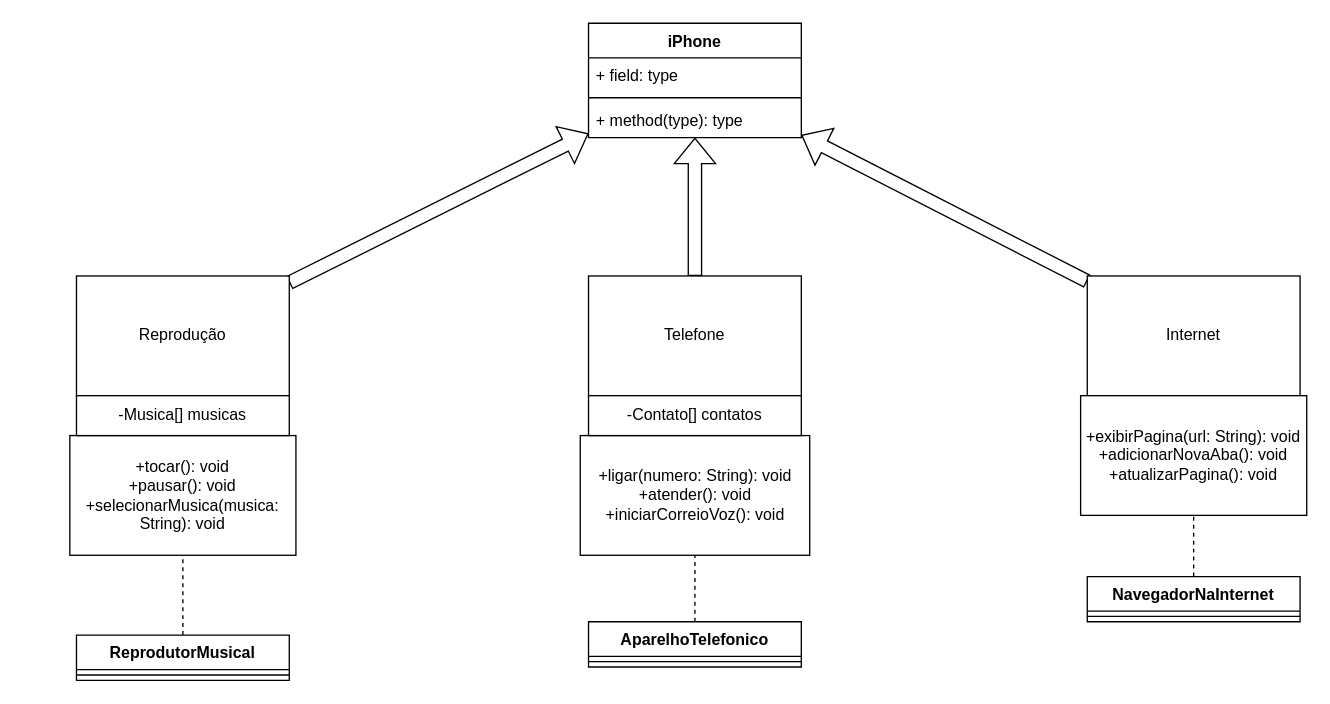
Before: Untitled Diagram.drawio in matheeusshn/dio-iphone, a draw.io diagram. Source tidied: cells renumbered, new cells numbered last; positions are measured from the earlier drawing's top-left corner, leaving out a move shared by most shapes. Both pictures are drawn from the tidied source at 133%, with x=0, y=0 at pixel (69, 23).
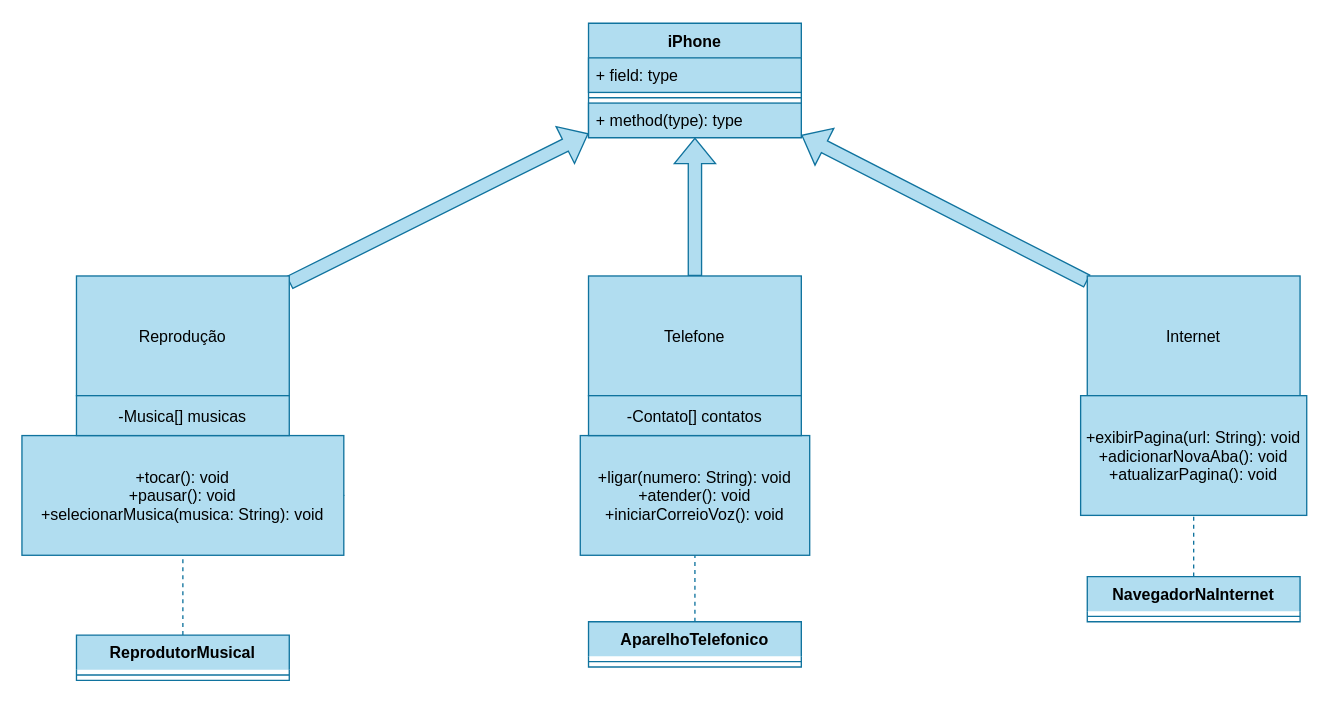
The same page after the edit.

The edit, as a diff of the source:
```diff
@@
-<mxGraphModel>
+<mxGraphModel background="#FFFFFF">
@@
-    <mxCell id="2" value="iPhone" style="swimlane;fontStyle=1;align=center;verticalAlign=top;horizontal=1;startSize=26;whiteSpace=wrap;html=1;" parent="1" vertex="1">
+    <mxCell id="2" value="iPhone" style="swimlane;fontStyle=1;align=center;verticalAlign=top;horizontal=1;startSize=26;swimlaneLine=0;shadow=0;labelBackgroundColor=none;labelBorderColor=none;textShadow=0;fillColor=#b1ddf0;strokeColor=#10739e;" parent="1" vertex="1">
       <mxGeometry x="390" width="160" height="86" as="geometry" />
     </mxCell>
-    <mxCell id="3" value="+ field: type" style="text;strokeColor=none;fillColor=none;align=left;verticalAlign=top;spacingLeft=4;spacingRight=4;overflow=hidden;whiteSpace=wrap;html=1;" parent="2" vertex="1">
+    <mxCell id="3" value="+ field: type" style="text;align=left;verticalAlign=top;spacingLeft=4;spacingRight=4;overflow=hidden;swimlaneLine=0;shadow=0;labelBackgroundColor=none;labelBorderColor=none;textShadow=0;fillColor=#b1ddf0;strokeColor=#10739e;" parent="2" vertex="1">
       <mxGeometry y="26" width="160" height="26" as="geometry" />
     </mxCell>
-    <mxCell id="4" style="line;strokeWidth=1;fillColor=none;align=left;verticalAlign=middle;spacingTop=-1;spacingLeft=3;spacingRight=3;labelPosition=right;strokeColor=inherit;" parent="2" vertex="1">
+    <mxCell id="4" style="line;strokeWidth=1;align=left;verticalAlign=middle;spacingTop=-1;spacingLeft=3;spacingRight=3;labelPosition=right;swimlaneLine=0;shadow=0;labelBackgroundColor=none;labelBorderColor=none;textShadow=0;fillColor=#b1ddf0;strokeColor=#10739e;" parent="2" vertex="1">
       <mxGeometry y="52" width="160" height="8" as="geometry" />
     </mxCell>
-    <mxCell id="5" value="+ method(type): type" style="text;strokeColor=none;fillColor=none;align=left;verticalAlign=top;spacingLeft=4;spacingRight=4;overflow=hidden;whiteSpace=wrap;html=1;" parent="2" vertex="1">
+    <mxCell id="5" value="+ method(type): type" style="text;align=left;verticalAlign=top;spacingLeft=4;spacingRight=4;overflow=hidden;swimlaneLine=0;shadow=0;labelBackgroundColor=none;labelBorderColor=none;textShadow=0;fillColor=#b1ddf0;strokeColor=#10739e;" parent="2" vertex="1">
       <mxGeometry y="60" width="160" height="26" as="geometry" />
     </mxCell>
-    <mxCell id="6" style="shape=flexArrow;endArrow=classic;html=1;rounded=0;" parent="1" edge="1" source="22" target="2">
+    <mxCell id="6" style="shape=flexArrow;endArrow=classic;rounded=0;fontColor=#FFFFFF;swimlaneLine=0;shadow=0;labelBackgroundColor=none;labelBorderColor=none;textShadow=0;fillColor=#b1ddf0;strokeColor=#10739e;" parent="1" edge="1" source="22" target="2">
       <mxGeometry relative="1" as="geometry" />
     </mxCell>
-    <mxCell id="7" style="shape=flexArrow;endArrow=classic;html=1;rounded=0;" parent="1" edge="1" source="17" target="2">
-      <mxGeometry relative="1" as="geometry" />
-    </mxCell>
-    <mxCell id="8" style="shape=flexArrow;endArrow=classic;html=1;rounded=0;" parent="1" edge="1" source="27" target="2">
+    <mxCell id="8" style="shape=flexArrow;endArrow=classic;rounded=0;fontColor=#FFFFFF;swimlaneLine=0;shadow=0;labelBackgroundColor=none;labelBorderColor=none;textShadow=0;fillColor=#b1ddf0;strokeColor=#10739e;" parent="1" edge="1" source="27" target="2">
       <mxGeometry relative="1" as="geometry" />
     </mxCell>
-    <mxCell id="9" value="ReprodutorMusical" style="swimlane;fontStyle=1;align=center;verticalAlign=top;horizontal=1;startSize=26;whiteSpace=wrap;html=1;" parent="1" vertex="1">
+    <mxCell id="9" value="ReprodutorMusical" style="swimlane;fontStyle=1;align=center;verticalAlign=top;horizontal=1;startSize=26;swimlaneLine=0;shadow=0;labelBackgroundColor=none;labelBorderColor=none;textShadow=0;fillColor=#b1ddf0;strokeColor=#10739e;" parent="1" vertex="1">
       <mxGeometry x="5" y="460" width="160" height="34" as="geometry" />
     </mxCell>
-    <mxCell id="10" style="line;strokeWidth=1;fillColor=none;align=left;verticalAlign=middle;spacingTop=-1;spacingLeft=3;spacingRight=3;labelPosition=right;strokeColor=inherit;" parent="9" vertex="1">
+    <mxCell id="10" style="line;strokeWidth=1;align=left;verticalAlign=middle;spacingTop=-1;spacingLeft=3;spacingRight=3;labelPosition=right;swimlaneLine=0;shadow=0;labelBackgroundColor=none;labelBorderColor=none;textShadow=0;fillColor=#b1ddf0;strokeColor=#10739e;" parent="9" vertex="1">
       <mxGeometry y="26" width="160" height="8" as="geometry" />
     </mxCell>
-    <mxCell id="11" value="AparelhoTelefonico" style="swimlane;fontStyle=1;align=center;verticalAlign=top;horizontal=1;startSize=26;whiteSpace=wrap;html=1;" parent="1" vertex="1">
+    <mxCell id="11" value="AparelhoTelefonico" style="swimlane;fontStyle=1;align=center;verticalAlign=top;horizontal=1;startSize=26;swimlaneLine=0;shadow=0;labelBackgroundColor=none;labelBorderColor=none;textShadow=0;fillColor=#b1ddf0;strokeColor=#10739e;" parent="1" vertex="1">
       <mxGeometry x="390" y="450" width="160" height="34" as="geometry" />
     </mxCell>
-    <mxCell id="12" style="line;strokeWidth=1;fillColor=none;align=left;verticalAlign=middle;spacingTop=-1;spacingLeft=3;spacingRight=3;labelPosition=right;strokeColor=inherit;" parent="11" vertex="1">
+    <mxCell id="12" style="line;strokeWidth=1;align=left;verticalAlign=middle;spacingTop=-1;spacingLeft=3;spacingRight=3;labelPosition=right;swimlaneLine=0;shadow=0;labelBackgroundColor=none;labelBorderColor=none;textShadow=0;fillColor=#b1ddf0;strokeColor=#10739e;" parent="11" vertex="1">
       <mxGeometry y="26" width="160" height="8" as="geometry" />
     </mxCell>
-    <mxCell id="13" value="NavegadorNaInternet" style="swimlane;fontStyle=1;align=center;verticalAlign=top;horizontal=1;startSize=26;whiteSpace=wrap;html=1;" parent="1" vertex="1">
+    <mxCell id="13" value="NavegadorNaInternet" style="swimlane;fontStyle=1;align=center;verticalAlign=top;horizontal=1;startSize=26;swimlaneLine=0;shadow=0;labelBackgroundColor=none;labelBorderColor=none;textShadow=0;fillColor=#b1ddf0;strokeColor=#10739e;" parent="1" vertex="1">
       <mxGeometry x="765" y="416" width="160" height="34" as="geometry" />
     </mxCell>
-    <mxCell id="14" style="line;strokeWidth=1;fillColor=none;align=left;verticalAlign=middle;spacingTop=-1;spacingLeft=3;spacingRight=3;labelPosition=right;strokeColor=inherit;" parent="13" vertex="1">
+    <mxCell id="14" style="line;strokeWidth=1;align=left;verticalAlign=middle;spacingTop=-1;spacingLeft=3;spacingRight=3;labelPosition=right;swimlaneLine=0;shadow=0;labelBackgroundColor=none;labelBorderColor=none;textShadow=0;fillColor=#b1ddf0;strokeColor=#10739e;" parent="13" vertex="1">
       <mxGeometry y="26" width="160" height="8" as="geometry" />
     </mxCell>
+    <mxCell id="20" style="endArrow=none;dashed=1;rounded=0;fontColor=#FFFFFF;swimlaneLine=0;shadow=0;labelBackgroundColor=none;labelBorderColor=none;textShadow=0;fillColor=#b1ddf0;strokeColor=#10739e;" parent="1" edge="1" source="9" target="22">
+      <mxGeometry relative="1" as="geometry" />
+    </mxCell>
+    <mxCell id="25" style="endArrow=none;dashed=1;rounded=0;fontColor=#FFFFFF;swimlaneLine=0;shadow=0;labelBackgroundColor=none;labelBorderColor=none;textShadow=0;fillColor=#b1ddf0;strokeColor=#10739e;" parent="1" edge="1" source="13" target="27">
+      <mxGeometry relative="1" as="geometry" />
+    </mxCell>
+    <mxCell id="22" value="Reprodução" style="swimlaneLine=0;shadow=0;labelBackgroundColor=none;labelBorderColor=none;textShadow=0;fillColor=#b1ddf0;strokeColor=#10739e;" parent="1" vertex="1">
+      <mxGeometry x="5" y="190" width="160" height="90" as="geometry" />
+    </mxCell>
+    <mxCell id="29" style="edgeStyle=orthogonalEdgeStyle;rounded=0;sketch=1;hachureGap=4;jiggle=2;curveFitting=1;jettySize=auto;html=1;exitX=1;exitY=0.5;exitDx=0;exitDy=0;fontFamily=Architects Daughter;fillColor=#b1ddf0;strokeColor=#10739e;" parent="1" edge="1" source="23">
+      <mxGeometry relative="1" as="geometry">
+        <mxPoint x="182.2" y="355.1" as="targetPoint" />
+      </mxGeometry>
+    </mxCell>
+    <mxCell id="23" value="+tocar(): void&#10;        +pausar(): void&#10;        +selecionarMusica(musica: String): void" style="swimlaneLine=0;shadow=0;labelBackgroundColor=none;labelBorderColor=none;textShadow=0;fillColor=#b1ddf0;strokeColor=#10739e;" parent="1" vertex="1">
+      <mxGeometry x="-36" y="310" width="242" height="90" as="geometry" />
+    </mxCell>
+    <mxCell id="24" value="-Musica[] musicas" style="swimlaneLine=0;shadow=0;labelBackgroundColor=none;labelBorderColor=none;textShadow=0;fillColor=#b1ddf0;strokeColor=#10739e;" parent="1" vertex="1">
+      <mxGeometry x="5" y="280" width="160" height="30" as="geometry" />
+    </mxCell>
+    <mxCell id="7" style="shape=flexArrow;endArrow=classic;rounded=0;fontColor=#FFFFFF;swimlaneLine=0;shadow=0;labelBackgroundColor=none;labelBorderColor=none;textShadow=0;fillColor=#b1ddf0;strokeColor=#10739e;" parent="1" edge="1" source="17" target="2">
+      <mxGeometry relative="1" as="geometry" />
+    </mxCell>
-    <mxCell id="15" style="endArrow=none;dashed=1;html=1;rounded=0;" parent="1" edge="1" source="11" target="17">
+    <mxCell id="15" style="endArrow=none;dashed=1;rounded=0;fontColor=#FFFFFF;swimlaneLine=0;shadow=0;labelBackgroundColor=none;labelBorderColor=none;textShadow=0;fillColor=#b1ddf0;strokeColor=#10739e;" parent="1" edge="1" source="11" target="17">
       <mxGeometry relative="1" as="geometry" />
     </mxCell>
-    <mxCell id="16" style="group;" parent="1" vertex="1">
-      <mxGeometry x="383.8" y="190" width="172.5" height="210" as="geometry" />
-    </mxCell>
-    <mxCell id="17" value="Telefone" style="html=1;whiteSpace=wrap;" parent="16" vertex="1">
-      <mxGeometry x="6.2" width="160" height="90" as="geometry" />
+    <mxCell id="17" value="Telefone" style="swimlaneLine=0;shadow=0;labelBackgroundColor=none;labelBorderColor=none;textShadow=0;fillColor=#b1ddf0;strokeColor=#10739e;" parent="1" vertex="1">
+      <mxGeometry x="390" y="190" width="160" height="90" as="geometry" />
     </mxCell>
-    <mxCell id="18" value="+ligar(numero: String): void&lt;br/&gt;        +atender(): void&lt;br/&gt;        +iniciarCorreioVoz(): void" style="html=1;whiteSpace=wrap;" parent="16" vertex="1">
-      <mxGeometry y="120" width="172.5" height="90" as="geometry" />
+    <mxCell id="18" value="+ligar(numero: String): void&#10;        +atender(): void&#10;        +iniciarCorreioVoz(): void" style="swimlaneLine=0;shadow=0;labelBackgroundColor=none;labelBorderColor=none;textShadow=0;fillColor=#b1ddf0;strokeColor=#10739e;" parent="1" vertex="1">
+      <mxGeometry x="383.8" y="310" width="172.5" height="90" as="geometry" />
     </mxCell>
-    <mxCell id="19" value="-Contato[] contatos" style="html=1;whiteSpace=wrap;" parent="16" vertex="1">
-      <mxGeometry x="6.2" y="90" width="160" height="30" as="geometry" />
+    <mxCell id="19" value="-Contato[] contatos" style="swimlaneLine=0;shadow=0;labelBackgroundColor=none;labelBorderColor=none;textShadow=0;fillColor=#b1ddf0;strokeColor=#10739e;" parent="1" vertex="1">
+      <mxGeometry x="390" y="280" width="160" height="30" as="geometry" />
     </mxCell>
-    <mxCell id="20" style="endArrow=none;dashed=1;html=1;rounded=0;" parent="1" edge="1" source="9" target="22">
-      <mxGeometry relative="1" as="geometry" />
-    </mxCell>
-    <mxCell id="21" style="group;" parent="1" vertex="1">
-      <mxGeometry y="190" width="170" height="210" as="geometry" />
-    </mxCell>
-    <mxCell id="22" value="Reprodução" style="html=1;whiteSpace=wrap;" parent="21" vertex="1">
-      <mxGeometry x="5" width="160" height="90" as="geometry" />
-    </mxCell>
-    <mxCell id="23" value="+tocar(): void&lt;br/&gt;        +pausar(): void&lt;br/&gt;        +selecionarMusica(musica: String): void" style="html=1;whiteSpace=wrap;" parent="21" vertex="1">
-      <mxGeometry y="120" width="170" height="90" as="geometry" />
-    </mxCell>
-    <mxCell id="24" value="-Musica[] musicas" style="html=1;whiteSpace=wrap;" parent="21" vertex="1">
-      <mxGeometry x="5" y="90" width="160" height="30" as="geometry" />
-    </mxCell>
-    <mxCell id="25" style="endArrow=none;dashed=1;html=1;rounded=0;" parent="1" edge="1" source="13" target="27">
-      <mxGeometry relative="1" as="geometry" />
-    </mxCell>
-    <mxCell id="26" style="group;" parent="1" vertex="1">
-      <mxGeometry x="760" y="190" width="170" height="180" as="geometry" />
-    </mxCell>
-    <mxCell id="27" value="Internet" style="html=1;whiteSpace=wrap;" parent="26" vertex="1">
-      <mxGeometry x="5" width="160" height="90" as="geometry" />
+    <mxCell id="27" value="Internet" style="swimlaneLine=0;shadow=0;labelBackgroundColor=none;labelBorderColor=none;textShadow=0;fillColor=#b1ddf0;strokeColor=#10739e;" parent="1" vertex="1">
+      <mxGeometry x="765" y="190" width="160" height="90" as="geometry" />
     </mxCell>
-    <mxCell id="28" value="+exibirPagina(url: String): void&lt;br/&gt;        +adicionarNovaAba(): void&lt;br/&gt;        +atualizarPagina(): void" style="html=1;whiteSpace=wrap;" parent="26" vertex="1">
-      <mxGeometry y="90" width="170" height="90" as="geometry" />
+    <mxCell id="28" value="+exibirPagina(url: String): void&#10;        +adicionarNovaAba(): void&#10;        +atualizarPagina(): void" style="swimlaneLine=0;shadow=0;labelBackgroundColor=none;labelBorderColor=none;textShadow=0;fillColor=#b1ddf0;strokeColor=#10739e;" parent="1" vertex="1">
+      <mxGeometry x="760" y="280" width="170" height="90" as="geometry" />
     </mxCell>
```
